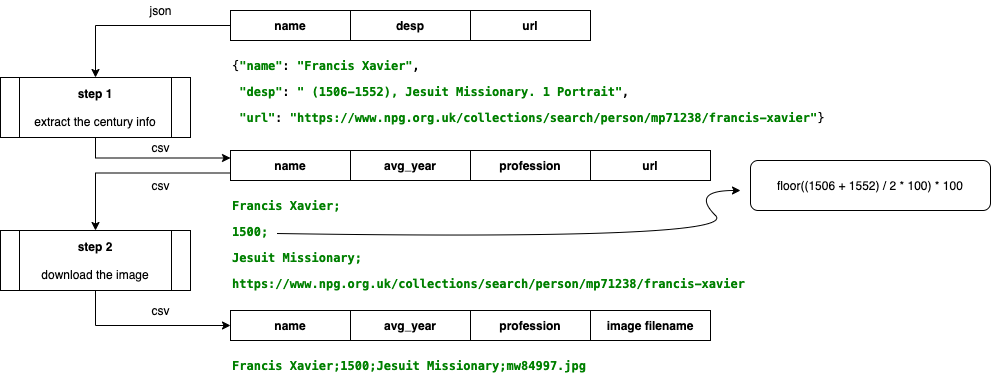
Before: pix/image_downloader.png, a diagram exported from draw.io (tintinrevient/spiders). Source tidied: cells renumbered, new cells last; positions are measured from the earlier drawing's top-left corner, leaving out a move shared by most shapes. The source it was exported from:
```xml
<mxGraphModel>
  <root>
    <mxCell id="0" />
    <mxCell id="1" parent="0" />
    <mxCell id="2" style="edgeStyle=orthogonalEdgeStyle;rounded=0;jettySize=auto;html=1;exitX=0;exitY=0.5;exitDx=0;exitDy=0;entryX=0.5;entryY=0;entryDx=0;entryDy=0;" parent="1" edge="1" source="3" target="21">
      <mxGeometry relative="1" as="geometry" />
    </mxCell>
    <mxCell id="3" value="&lt;b&gt;name&lt;/b&gt;" style="rounded=0;whiteSpace=wrap;html=1;" parent="1" vertex="1">
      <mxGeometry x="230" y="10" width="120" height="30" as="geometry" />
    </mxCell>
    <mxCell id="4" value="&lt;b&gt;desp&lt;/b&gt;" style="rounded=0;whiteSpace=wrap;html=1;" parent="1" vertex="1">
      <mxGeometry x="350" y="10" width="120" height="30" as="geometry" />
    </mxCell>
    <mxCell id="5" value="&lt;b&gt;url&lt;/b&gt;" style="rounded=0;whiteSpace=wrap;html=1;" parent="1" vertex="1">
      <mxGeometry x="470" y="10" width="120" height="30" as="geometry" />
    </mxCell>
    <mxCell id="6" style="edgeStyle=orthogonalEdgeStyle;rounded=0;jettySize=auto;html=1;exitX=0;exitY=0.75;exitDx=0;exitDy=0;" parent="1" edge="1" source="7" target="24">
      <mxGeometry relative="1" as="geometry" />
    </mxCell>
    <mxCell id="7" value="&lt;b&gt;name&lt;/b&gt;" style="rounded=0;whiteSpace=wrap;html=1;" parent="1" vertex="1">
      <mxGeometry x="230" y="150" width="120" height="30" as="geometry" />
    </mxCell>
    <mxCell id="8" value="&lt;b&gt;avg_year&lt;/b&gt;" style="rounded=0;whiteSpace=wrap;html=1;" parent="1" vertex="1">
      <mxGeometry x="350" y="150" width="120" height="30" as="geometry" />
    </mxCell>
    <mxCell id="9" value="&lt;b&gt;profession&lt;/b&gt;" style="rounded=0;whiteSpace=wrap;html=1;" parent="1" vertex="1">
      <mxGeometry x="470" y="150" width="120" height="30" as="geometry" />
    </mxCell>
    <mxCell id="10" value="&lt;b&gt;url&lt;/b&gt;" style="rounded=0;whiteSpace=wrap;html=1;" parent="1" vertex="1">
      <mxGeometry x="590" y="150" width="120" height="30" as="geometry" />
    </mxCell>
    <mxCell id="11" value="floor((1506 + 1552) / 2 * 100) * 100" style="rounded=1;whiteSpace=wrap;html=1;" parent="1" vertex="1">
      <mxGeometry x="750" y="160" width="240" height="50" as="geometry" />
    </mxCell>
    <mxCell id="12" value="&lt;b&gt;name&lt;/b&gt;" style="rounded=0;whiteSpace=wrap;html=1;" parent="1" vertex="1">
      <mxGeometry x="230" y="310" width="120" height="30" as="geometry" />
    </mxCell>
    <mxCell id="13" value="&lt;b&gt;avg_year&lt;/b&gt;" style="rounded=0;whiteSpace=wrap;html=1;" parent="1" vertex="1">
      <mxGeometry x="350" y="310" width="120" height="30" as="geometry" />
    </mxCell>
    <mxCell id="14" value="&lt;b&gt;profession&lt;/b&gt;" style="rounded=0;whiteSpace=wrap;html=1;" parent="1" vertex="1">
      <mxGeometry x="470" y="310" width="120" height="30" as="geometry" />
    </mxCell>
    <mxCell id="15" value="&lt;b&gt;image filename&lt;/b&gt;" style="rounded=0;whiteSpace=wrap;html=1;" parent="1" vertex="1">
      <mxGeometry x="590" y="310" width="120" height="30" as="geometry" />
    </mxCell>
    <mxCell id="16" value="&lt;pre style=&quot;background-color: #ffffff ; color: #000000 ; font-family: &amp;quot;menlo&amp;quot; ; font-size: 9.0pt&quot;&gt;&lt;span style=&quot;color: #008000 ; font-weight: bold&quot;&gt;Francis Xavier;1500;Jesuit Missionary;mw84997.jpg&lt;br&gt;&lt;/span&gt;&lt;/pre&gt;" style="text;whiteSpace=wrap;html=1;" parent="1" vertex="1">
      <mxGeometry x="230" y="340" width="380" height="50" as="geometry" />
    </mxCell>
    <mxCell id="17" value="&lt;pre style=&quot;background-color: #ffffff ; color: #000000 ; font-family: &amp;#34;menlo&amp;#34; ; font-size: 9.0pt&quot;&gt;{&lt;span style=&quot;color: #008000 ; font-weight: bold&quot;&gt;&quot;name&quot;&lt;/span&gt;: &lt;span style=&quot;color: #008000 ; font-weight: bold&quot;&gt;&quot;Francis Xavier&quot;&lt;/span&gt;, &lt;/pre&gt;&lt;pre style=&quot;background-color: #ffffff ; color: #000000 ; font-family: &amp;#34;menlo&amp;#34; ; font-size: 9.0pt&quot;&gt;&lt;span style=&quot;color: #008000 ; font-weight: bold&quot;&gt; &quot;desp&quot;&lt;/span&gt;: &lt;span style=&quot;color: #008000 ; font-weight: bold&quot;&gt;&quot; (1506-1552), Jesuit Missionary. 1 Portrait&quot;&lt;/span&gt;, &lt;/pre&gt;&lt;pre style=&quot;background-color: #ffffff ; color: #000000 ; font-family: &amp;#34;menlo&amp;#34; ; font-size: 9.0pt&quot;&gt;&lt;span style=&quot;color: #008000 ; font-weight: bold&quot;&gt; &quot;url&quot;&lt;/span&gt;: &lt;span style=&quot;color: #008000 ; font-weight: bold&quot;&gt;&quot;https://www.npg.org.uk/collections/search/person/mp71238/francis-xavier&quot;&lt;/span&gt;}&lt;br&gt;&lt;/pre&gt;" style="text;whiteSpace=wrap;html=1;" parent="1" vertex="1">
      <mxGeometry x="230" y="40" width="550" height="50" as="geometry" />
    </mxCell>
    <mxCell id="18" value="&lt;pre style=&quot;background-color: #ffffff ; color: #000000 ; font-family: &amp;#34;menlo&amp;#34; ; font-size: 9.0pt&quot;&gt;&lt;span style=&quot;color: #008000 ; font-weight: bold&quot;&gt;Francis Xavier;&lt;/span&gt;&lt;/pre&gt;&lt;pre style=&quot;background-color: #ffffff ; color: #000000 ; font-family: &amp;#34;menlo&amp;#34; ; font-size: 9.0pt&quot;&gt;&lt;span style=&quot;color: #008000 ; font-weight: bold&quot;&gt;1500;&lt;/span&gt;&lt;/pre&gt;&lt;pre style=&quot;background-color: #ffffff ; color: #000000 ; font-family: &amp;#34;menlo&amp;#34; ; font-size: 9.0pt&quot;&gt;&lt;span style=&quot;color: #008000 ; font-weight: bold&quot;&gt;Jesuit Missionary;&lt;/span&gt;&lt;/pre&gt;&lt;pre style=&quot;background-color: #ffffff ; color: #000000 ; font-family: &amp;#34;menlo&amp;#34; ; font-size: 9.0pt&quot;&gt;&lt;span style=&quot;color: #008000 ; font-weight: bold&quot;&gt;https://www.npg.org.uk/collections/search/person/mp71238/francis-xavier&lt;br&gt;&lt;/span&gt;&lt;/pre&gt;" style="text;whiteSpace=wrap;html=1;" parent="1" vertex="1">
      <mxGeometry x="230" y="180" width="550" height="50" as="geometry" />
    </mxCell>
    <mxCell id="19" style="curved=1;endArrow=classic;html=1;exitX=0.084;exitY=1.06;exitDx=0;exitDy=0;exitPerimeter=0;" parent="1" edge="1" source="18">
      <mxGeometry relative="1" as="geometry">
        <mxPoint x="740" y="190" as="targetPoint" />
        <Array as="points">
          <mxPoint x="740" y="240" />
          <mxPoint x="690" y="190" />
        </Array>
      </mxGeometry>
    </mxCell>
    <mxCell id="20" style="edgeStyle=orthogonalEdgeStyle;rounded=0;jettySize=auto;html=1;exitX=0.5;exitY=1;exitDx=0;exitDy=0;entryX=0;entryY=0.25;entryDx=0;entryDy=0;" parent="1" edge="1" source="21" target="7">
      <mxGeometry relative="1" as="geometry" />
    </mxCell>
    <mxCell id="21" value="&lt;b&gt;step 1&lt;br&gt;&lt;/b&gt;&lt;br&gt;extract the century info" style="shape=process;whiteSpace=wrap;html=1;backgroundOutline=1;" parent="1" vertex="1">
      <mxGeometry y="77" width="190" height="60" as="geometry" />
    </mxCell>
    <mxCell id="22" style="edgeStyle=orthogonalEdgeStyle;rounded=0;orthogonalLoop=1;jettySize=auto;html=1;exitX=0.5;exitY=1;exitDx=0;exitDy=0;" parent="1" edge="1" source="21" target="21">
      <mxGeometry relative="1" as="geometry" />
    </mxCell>
    <mxCell id="23" style="edgeStyle=orthogonalEdgeStyle;rounded=0;jettySize=auto;html=1;exitX=0.5;exitY=1;exitDx=0;exitDy=0;entryX=0;entryY=0.5;entryDx=0;entryDy=0;" parent="1" edge="1" source="24" target="12">
      <mxGeometry relative="1" as="geometry" />
    </mxCell>
    <mxCell id="24" value="&lt;b&gt;step 2&lt;br&gt;&lt;/b&gt;&lt;br&gt;download the image" style="shape=process;whiteSpace=wrap;html=1;backgroundOutline=1;" parent="1" vertex="1">
      <mxGeometry y="230" width="190" height="60" as="geometry" />
    </mxCell>
    <mxCell id="25" value="json" style="text;html=1;align=center;verticalAlign=middle;" parent="1" vertex="1">
      <mxGeometry x="140" width="40" height="20" as="geometry" />
    </mxCell>
    <mxCell id="26" value="csv" style="text;html=1;align=center;verticalAlign=middle;" parent="1" vertex="1">
      <mxGeometry x="145" y="137" width="30" height="20" as="geometry" />
    </mxCell>
    <mxCell id="27" value="csv" style="text;html=1;align=center;verticalAlign=middle;" parent="1" vertex="1">
      <mxGeometry x="145" y="175" width="30" height="20" as="geometry" />
    </mxCell>
    <mxCell id="28" value="csv" style="text;html=1;align=center;verticalAlign=middle;" parent="1" vertex="1">
      <mxGeometry x="145" y="300" width="30" height="20" as="geometry" />
    </mxCell>
  </root>
</mxGraphModel>
```
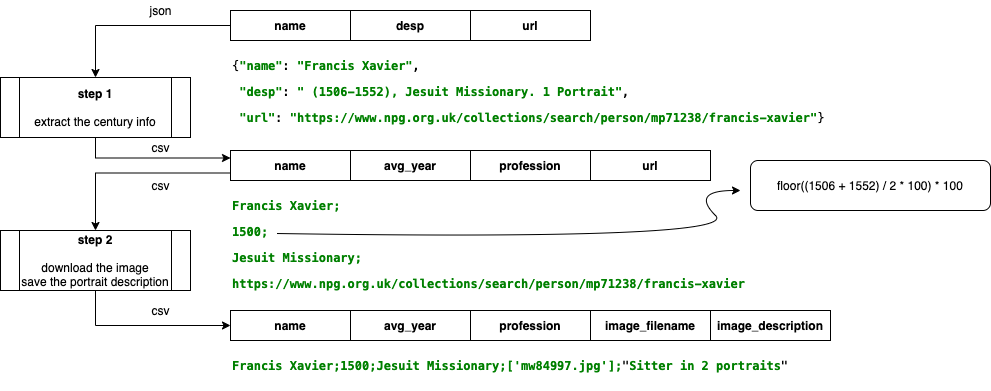
After the change.

What changed in the source:
```diff
@@ -41,12 +41,9 @@
     <mxCell id="14" value="&lt;b&gt;profession&lt;/b&gt;" style="rounded=0;whiteSpace=wrap;html=1;" parent="1" vertex="1">
       <mxGeometry x="470" y="310" width="120" height="30" as="geometry" />
     </mxCell>
-    <mxCell id="15" value="&lt;b&gt;image filename&lt;/b&gt;" style="rounded=0;whiteSpace=wrap;html=1;" parent="1" vertex="1">
+    <mxCell id="15" value="&lt;b&gt;image_filename&lt;/b&gt;" style="rounded=0;whiteSpace=wrap;html=1;" parent="1" vertex="1">
       <mxGeometry x="590" y="310" width="120" height="30" as="geometry" />
     </mxCell>
-    <mxCell id="16" value="&lt;pre style=&quot;background-color: #ffffff ; color: #000000 ; font-family: &amp;quot;menlo&amp;quot; ; font-size: 9.0pt&quot;&gt;&lt;span style=&quot;color: #008000 ; font-weight: bold&quot;&gt;Francis Xavier;1500;Jesuit Missionary;mw84997.jpg&lt;br&gt;&lt;/span&gt;&lt;/pre&gt;" style="text;whiteSpace=wrap;html=1;" parent="1" vertex="1">
-      <mxGeometry x="230" y="340" width="380" height="50" as="geometry" />
-    </mxCell>
     <mxCell id="17" value="&lt;pre style=&quot;background-color: #ffffff ; color: #000000 ; font-family: &amp;#34;menlo&amp;#34; ; font-size: 9.0pt&quot;&gt;{&lt;span style=&quot;color: #008000 ; font-weight: bold&quot;&gt;&quot;name&quot;&lt;/span&gt;: &lt;span style=&quot;color: #008000 ; font-weight: bold&quot;&gt;&quot;Francis Xavier&quot;&lt;/span&gt;, &lt;/pre&gt;&lt;pre style=&quot;background-color: #ffffff ; color: #000000 ; font-family: &amp;#34;menlo&amp;#34; ; font-size: 9.0pt&quot;&gt;&lt;span style=&quot;color: #008000 ; font-weight: bold&quot;&gt; &quot;desp&quot;&lt;/span&gt;: &lt;span style=&quot;color: #008000 ; font-weight: bold&quot;&gt;&quot; (1506-1552), Jesuit Missionary. 1 Portrait&quot;&lt;/span&gt;, &lt;/pre&gt;&lt;pre style=&quot;background-color: #ffffff ; color: #000000 ; font-family: &amp;#34;menlo&amp;#34; ; font-size: 9.0pt&quot;&gt;&lt;span style=&quot;color: #008000 ; font-weight: bold&quot;&gt; &quot;url&quot;&lt;/span&gt;: &lt;span style=&quot;color: #008000 ; font-weight: bold&quot;&gt;&quot;https://www.npg.org.uk/collections/search/person/mp71238/francis-xavier&quot;&lt;/span&gt;}&lt;br&gt;&lt;/pre&gt;" style="text;whiteSpace=wrap;html=1;" parent="1" vertex="1">
       <mxGeometry x="230" y="40" width="550" height="50" as="geometry" />
     </mxCell>
@@ -65,7 +62,7 @@
     <mxCell id="20" style="edgeStyle=orthogonalEdgeStyle;rounded=0;jettySize=auto;html=1;exitX=0.5;exitY=1;exitDx=0;exitDy=0;entryX=0;entryY=0.25;entryDx=0;entryDy=0;" parent="1" edge="1" source="21" target="7">
       <mxGeometry relative="1" as="geometry" />
     </mxCell>
-    <mxCell id="21" value="&lt;b&gt;step 1&lt;br&gt;&lt;/b&gt;&lt;br&gt;extract the century info" style="shape=process;whiteSpace=wrap;html=1;backgroundOutline=1;" parent="1" vertex="1">
+    <mxCell id="21" value="&lt;b&gt;step 1&lt;br&gt;&lt;/b&gt;&lt;br&gt;&lt;div style=&quot;text-align: left&quot;&gt;&lt;span&gt;extract the century info&lt;/span&gt;&lt;/div&gt;" style="shape=process;whiteSpace=wrap;html=1;backgroundOutline=1;" parent="1" vertex="1">
       <mxGeometry y="77" width="190" height="60" as="geometry" />
     </mxCell>
     <mxCell id="22" style="edgeStyle=orthogonalEdgeStyle;rounded=0;orthogonalLoop=1;jettySize=auto;html=1;exitX=0.5;exitY=1;exitDx=0;exitDy=0;" parent="1" edge="1" source="21" target="21">
@@ -74,7 +71,7 @@
     <mxCell id="23" style="edgeStyle=orthogonalEdgeStyle;rounded=0;jettySize=auto;html=1;exitX=0.5;exitY=1;exitDx=0;exitDy=0;entryX=0;entryY=0.5;entryDx=0;entryDy=0;" parent="1" edge="1" source="24" target="12">
       <mxGeometry relative="1" as="geometry" />
     </mxCell>
-    <mxCell id="24" value="&lt;b&gt;step 2&lt;br&gt;&lt;/b&gt;&lt;br&gt;download the image" style="shape=process;whiteSpace=wrap;html=1;backgroundOutline=1;" parent="1" vertex="1">
+    <mxCell id="24" value="&lt;b&gt;step 2&lt;br&gt;&lt;/b&gt;&lt;br&gt;&lt;div&gt;&lt;span&gt;download the image&lt;/span&gt;&lt;/div&gt;&lt;div&gt;&lt;span&gt;save the portrait description&lt;/span&gt;&lt;/div&gt;" style="shape=process;whiteSpace=wrap;html=1;backgroundOutline=1;" parent="1" vertex="1">
       <mxGeometry y="230" width="190" height="60" as="geometry" />
     </mxCell>
     <mxCell id="25" value="json" style="text;html=1;align=center;verticalAlign=middle;" parent="1" vertex="1">
@@ -89,5 +86,11 @@
     <mxCell id="28" value="csv" style="text;html=1;align=center;verticalAlign=middle;" parent="1" vertex="1">
       <mxGeometry x="145" y="300" width="30" height="20" as="geometry" />
     </mxCell>
+    <mxCell id="29" value="&lt;b&gt;image_description&lt;/b&gt;" style="rounded=0;whiteSpace=wrap;html=1;" parent="1" vertex="1">
+      <mxGeometry x="710" y="310" width="120" height="30" as="geometry" />
+    </mxCell>
+    <mxCell id="30" value="&lt;pre style=&quot;background-color: #ffffff ; color: #000000 ; font-family: &amp;quot;menlo&amp;quot; ; font-size: 9.0pt&quot;&gt;&lt;span style=&quot;color: #008000 ; font-weight: bold&quot;&gt;Francis Xavier;1500;Jesuit Missionary;['mw84997.jpg'];&lt;/span&gt;&quot;&lt;span style=&quot;color: #008000 ; font-weight: bold&quot;&gt;Sitter in 2 portraits&lt;/span&gt;&quot;&lt;/pre&gt;" style="text;whiteSpace=wrap;html=1;" parent="1" vertex="1">
+      <mxGeometry x="230" y="340" width="550" height="50" as="geometry" />
+    </mxCell>
   </root>
 </mxGraphModel>
```
